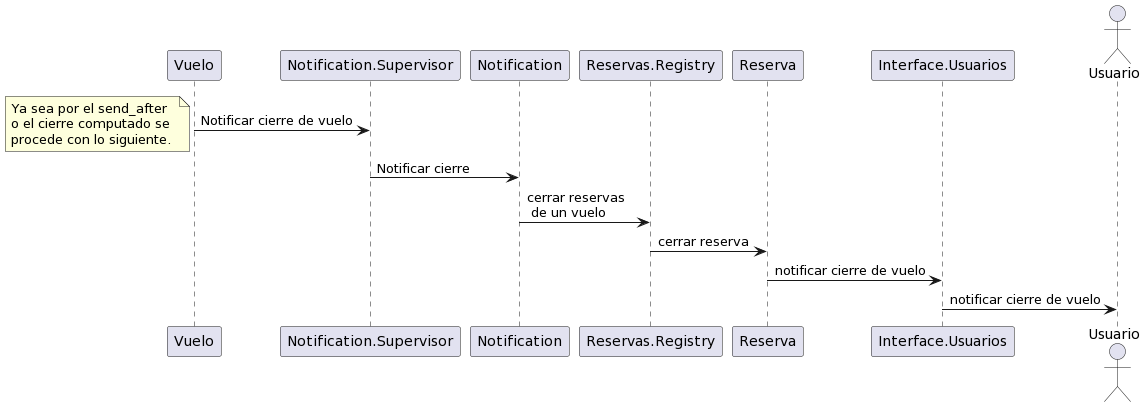
This is diagrams/Secuencia Cierre de vuelo.png from NicoMadd/levantar-vuelo, a PlantUML export, as it was before one commit.
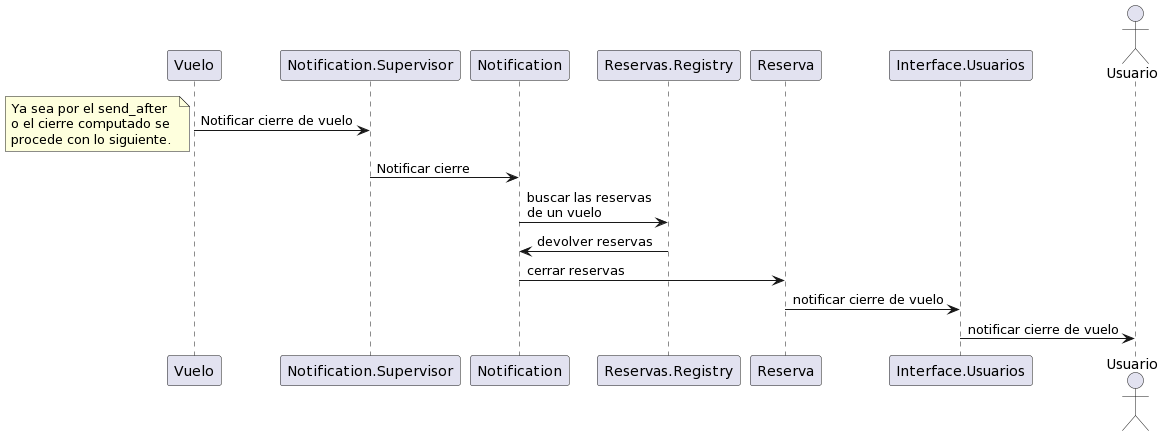
Later version of the same file.

Commit message:
actualizo los diferentes diagramas de secuencia

What changed in the source:
```diff
@@ -10,8 +10,9 @@
 Vuelo -> Notification.Supervisor: Notificar cierre de vuelo
 note left: Ya sea por el send_after \no el cierre computado se \nprocede con lo siguiente.
 Notification.Supervisor -> Notification: Notificar cierre
-Notification -> Reservas.Registry: cerrar reservas\n de un vuelo
-Reservas.Registry -> Reserva: cerrar reserva
+Notification -> Reservas.Registry: buscar las reservas\nde un vuelo
+Reservas.Registry -> Notification: devolver reservas
+Notification -> Reserva: cerrar reservas
 Reserva -> Interface.Usuarios: notificar cierre de vuelo
 Interface.Usuarios -> Usuario: notificar cierre de vuelo
 @enduml
```
